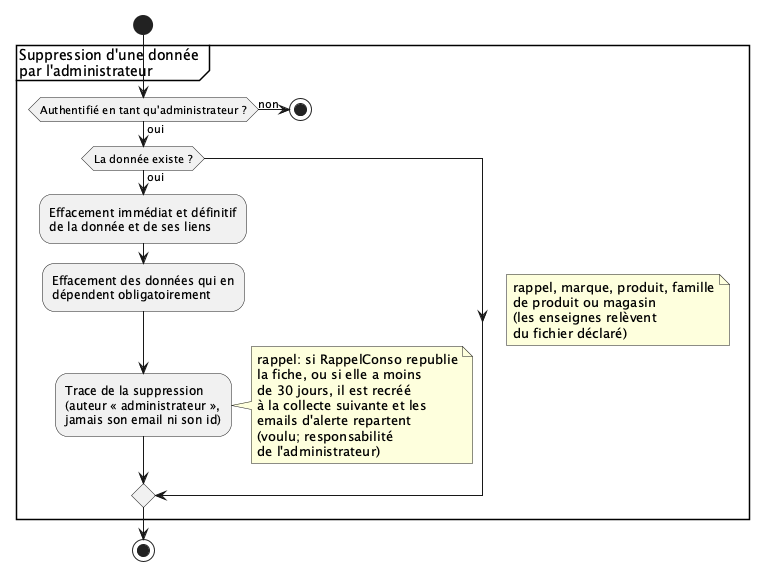
Earlier version of the PlantUML export doc/umldiagrams/workflows/adminsuppression.png (lodygens/cadi).
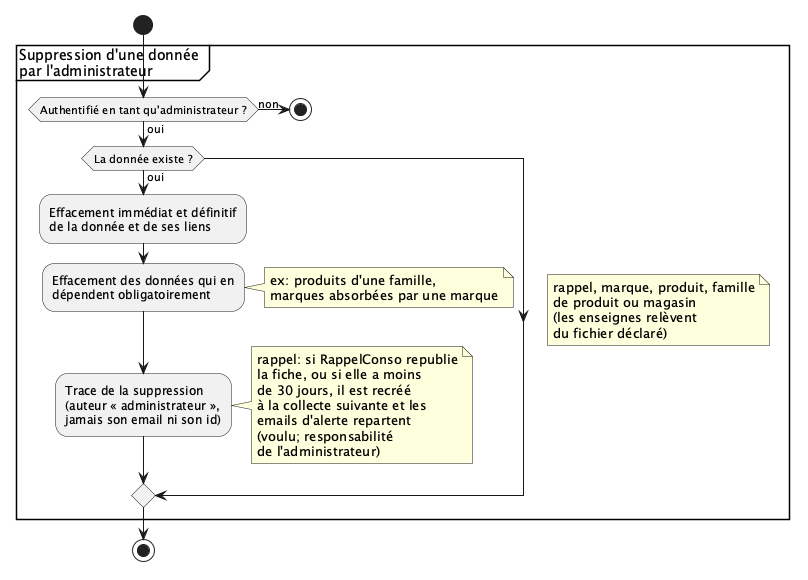
Above is the later version.

Diff of the diagram source:
```diff
@@ -13,6 +13,10 @@
         de la donnée et de ses liens;
         :Effacement des données qui en
         dépendent obligatoirement;
+        note right
+          ex: produits d'une famille,
+          marques absorbées par une marque
+        end note
         :Trace de la suppression
         (auteur « administrateur »,
         jamais son email ni son id);
```
